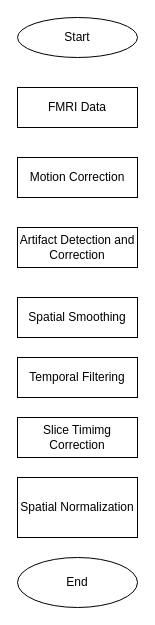
Above: Flowchat.drawio in DhirajBashyal/RPA-Labs (draw.io), before the change. Source tidied: cells renumbered, new cells numbered last; positions are measured from the earlier drawing's top-left corner, leaving out a move shared by most shapes. Both pictures are drawn from the tidied source at 100%, with x=0, y=0 at pixel (17, 17).
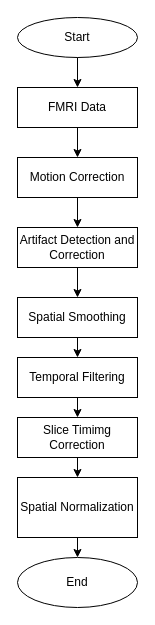
The same page after the edit.

The change refers to these unchanged cells:
```xml
<mxCell id="2" value="FMRI Data" style="rounded=0;whiteSpace=wrap;html=1;" parent="1" vertex="1">
  <mxGeometry y="70" width="120" height="40" as="geometry" />
</mxCell>
<mxCell id="4" value="Motion Correction" style="rounded=0;whiteSpace=wrap;html=1;" parent="1" vertex="1">
  <mxGeometry y="140" width="120" height="40" as="geometry" />
</mxCell>
<mxCell id="5" value="Artifact Detection and Correction" style="rounded=0;whiteSpace=wrap;html=1;" parent="1" vertex="1">
  <mxGeometry y="210" width="120" height="40" as="geometry" />
</mxCell>
<mxCell id="6" value="Spatial Smoothing" style="rounded=0;whiteSpace=wrap;html=1;" parent="1" vertex="1">
  <mxGeometry y="280" width="120" height="40" as="geometry" />
</mxCell>
<mxCell id="7" value="Temporal Filtering" style="rounded=0;whiteSpace=wrap;html=1;" parent="1" vertex="1">
  <mxGeometry y="340" width="120" height="40" as="geometry" />
</mxCell>
<mxCell id="8" value="Slice Timimg Correction" style="rounded=0;whiteSpace=wrap;html=1;" parent="1" vertex="1">
  <mxGeometry y="400" width="120" height="40" as="geometry" />
</mxCell>
<mxCell id="9" value="Spatial Normalization" style="rounded=0;whiteSpace=wrap;html=1;" parent="1" vertex="1">
  <mxGeometry y="460" width="120" height="60" as="geometry" />
</mxCell>
<mxCell id="10" value="End" style="ellipse;whiteSpace=wrap;html=1;" parent="1" vertex="1">
  <mxGeometry y="540" width="120" height="50" as="geometry" />
</mxCell>
```

Diff of the diagram source:
```diff
@@
+    <mxCell id="11" style="endArrow=classic;html=1;rounded=0;entryX=0.5;entryY=0;entryDx=0;entryDy=0;" parent="1" edge="1" target="2">
+      <mxGeometry relative="1" as="geometry">
+        <mxPoint x="60" y="40" as="sourcePoint" />
+      </mxGeometry>
+    </mxCell>
+    <mxCell id="12" style="endArrow=classic;html=1;rounded=0;exitX=0.5;exitY=1;exitDx=0;exitDy=0;entryX=0.5;entryY=0;entryDx=0;entryDy=0;" parent="1" edge="1" source="2" target="4">
+      <mxGeometry relative="1" as="geometry" />
+    </mxCell>
+    <mxCell id="13" style="endArrow=classic;html=1;rounded=0;entryX=0.5;entryY=0;entryDx=0;entryDy=0;" parent="1" edge="1" target="5">
+      <mxGeometry relative="1" as="geometry">
+        <mxPoint x="60" y="180" as="sourcePoint" />
+      </mxGeometry>
+    </mxCell>
+    <mxCell id="14" style="endArrow=classic;html=1;rounded=0;entryX=0.5;entryY=0;entryDx=0;entryDy=0;" parent="1" edge="1" target="6">
+      <mxGeometry relative="1" as="geometry">
+        <mxPoint x="60" y="250" as="sourcePoint" />
+      </mxGeometry>
+    </mxCell>
+    <mxCell id="15" style="endArrow=classic;html=1;rounded=0;entryX=0.5;entryY=0;entryDx=0;entryDy=0;exitX=0.5;exitY=1;exitDx=0;exitDy=0;" parent="1" edge="1" source="6" target="7">
+      <mxGeometry relative="1" as="geometry" />
+    </mxCell>
+    <mxCell id="16" style="endArrow=classic;html=1;rounded=0;entryX=0.5;entryY=0;entryDx=0;entryDy=0;exitX=0.5;exitY=1;exitDx=0;exitDy=0;exitPerimeter=0;" parent="1" edge="1" source="7" target="8">
+      <mxGeometry relative="1" as="geometry" />
+    </mxCell>
+    <mxCell id="17" style="endArrow=classic;html=1;rounded=0;entryX=0.5;entryY=0;entryDx=0;entryDy=0;exitX=0.5;exitY=1;exitDx=0;exitDy=0;" parent="1" edge="1" source="8" target="9">
+      <mxGeometry relative="1" as="geometry" />
+    </mxCell>
+    <mxCell id="18" style="endArrow=classic;html=1;rounded=0;entryX=0.5;entryY=0;entryDx=0;entryDy=0;" parent="1" edge="1" target="10">
+      <mxGeometry relative="1" as="geometry">
+        <mxPoint x="60" y="520" as="sourcePoint" />
+      </mxGeometry>
+    </mxCell>
```
